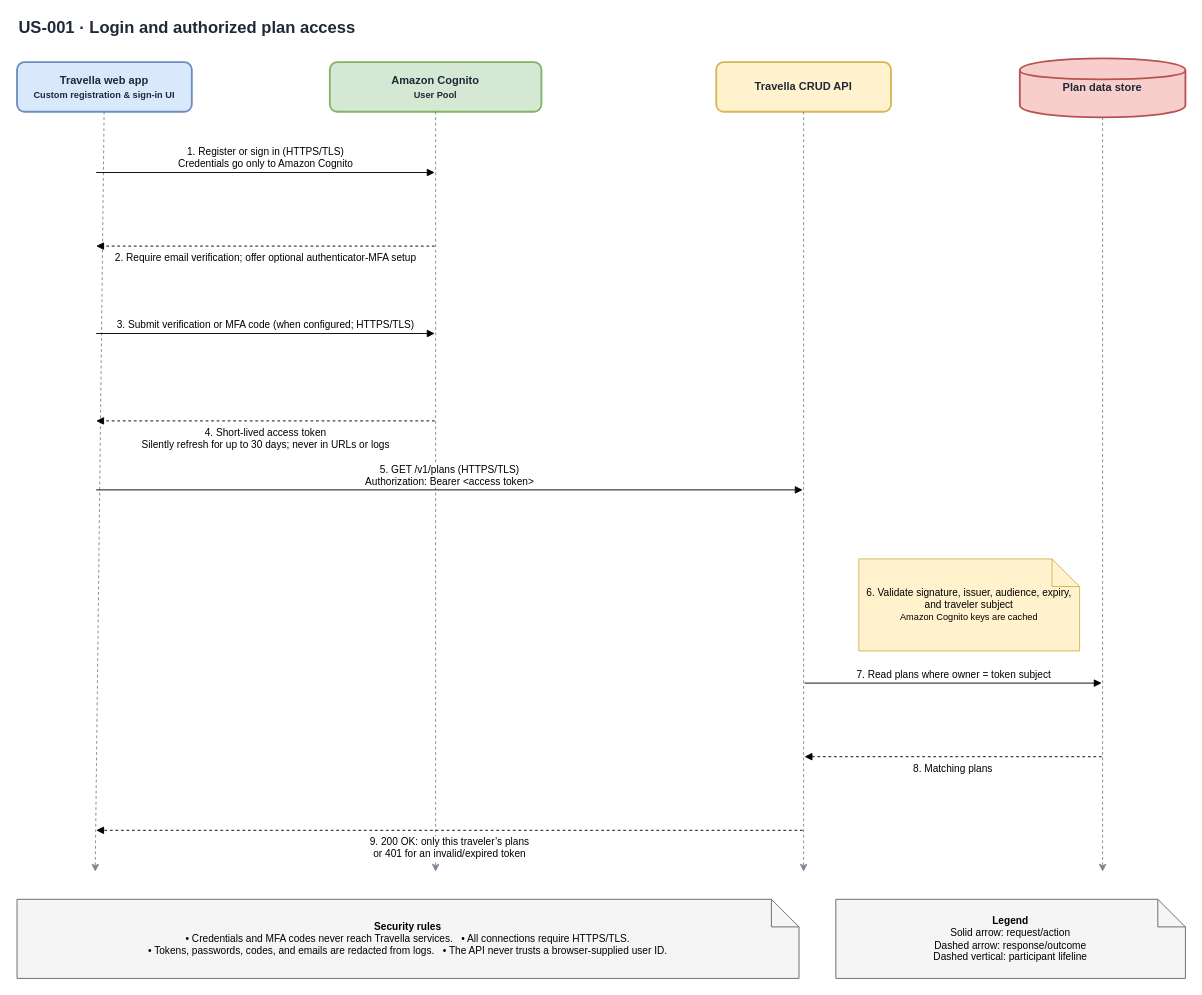
Merthadam/travella keeps this draw.io diagram as docs/user-stories/login/login-api-sequence.drawio. Above is the earlier version. Source tidied: cells renumbered, new cells numbered last; positions are measured from the earlier drawing's top-left corner, leaving out a move shared by most shapes. Both pictures are drawn from the tidied source at 92%, with x=0, y=0 at pixel (17, 16).
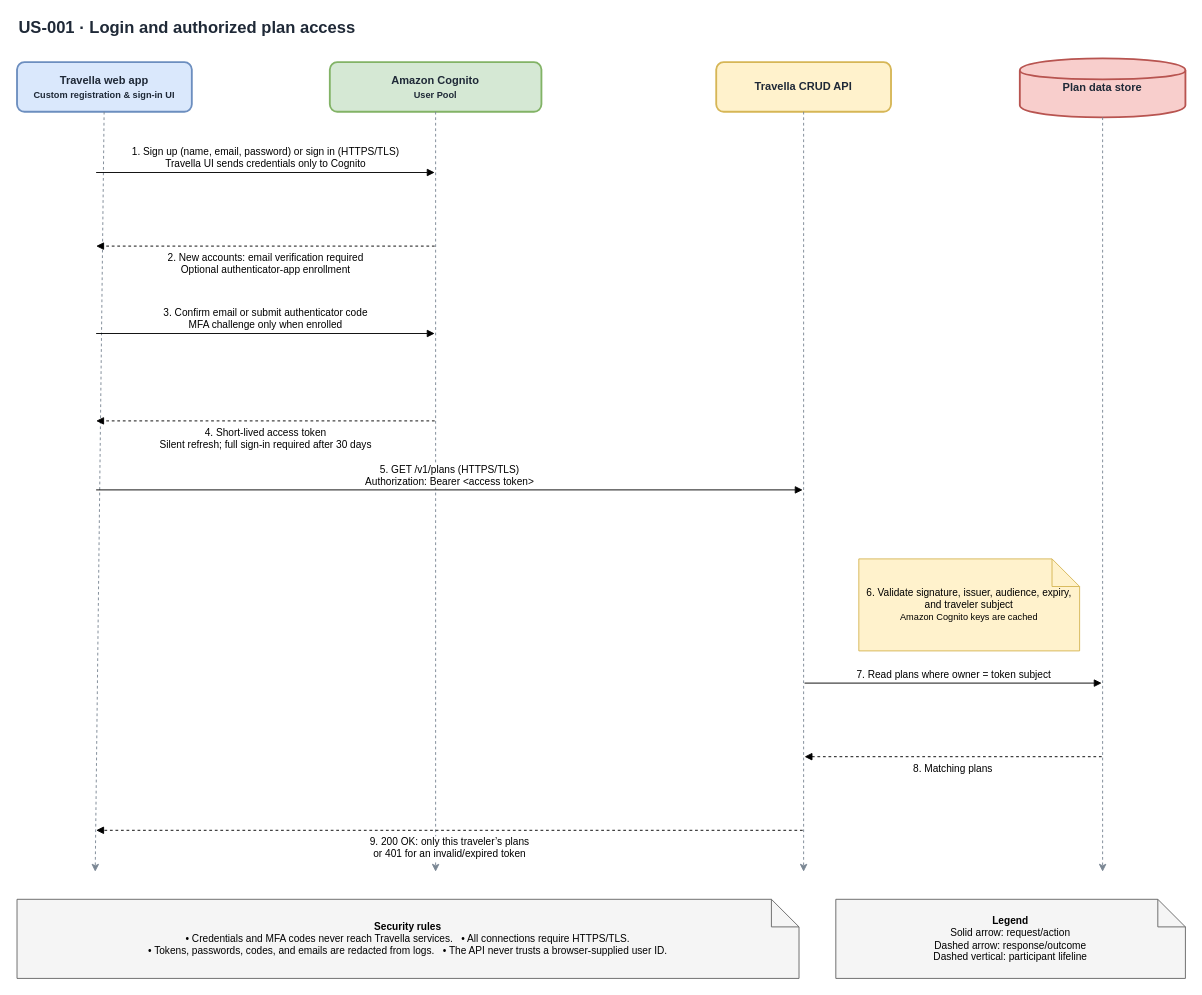
The same page after the edit.

Commit message (it also covers changes not shown here):
Align login diagrams with Cognito design

Unchanged cells that the change refers to:
```xml
<mxCell id="11" style="fillOpacity=0;strokeOpacity=0;opacity=0;" parent="1" vertex="1">
  <mxGeometry x="84" y="169" width="2" height="2" as="geometry" />
</mxCell>
<mxCell id="12" style="fillOpacity=0;strokeOpacity=0;opacity=0;" parent="1" vertex="1">
  <mxGeometry x="454" y="169" width="2" height="2" as="geometry" />
</mxCell>
<mxCell id="13" style="fillOpacity=0;strokeOpacity=0;opacity=0;" parent="1" vertex="1">
  <mxGeometry x="454" y="249" width="2" height="2" as="geometry" />
</mxCell>
<mxCell id="14" style="fillOpacity=0;strokeOpacity=0;opacity=0;" parent="1" vertex="1">
  <mxGeometry x="84" y="249" width="2" height="2" as="geometry" />
</mxCell>
<mxCell id="15" style="fillOpacity=0;strokeOpacity=0;opacity=0;" parent="1" vertex="1">
  <mxGeometry x="84" y="344" width="2" height="2" as="geometry" />
</mxCell>
<mxCell id="16" style="fillOpacity=0;strokeOpacity=0;opacity=0;" parent="1" vertex="1">
  <mxGeometry x="454" y="344" width="2" height="2" as="geometry" />
</mxCell>
<mxCell id="17" style="fillOpacity=0;strokeOpacity=0;opacity=0;" parent="1" vertex="1">
  <mxGeometry x="454" y="439" width="2" height="2" as="geometry" />
</mxCell>
<mxCell id="18" style="fillOpacity=0;strokeOpacity=0;opacity=0;" parent="1" vertex="1">
  <mxGeometry x="84" y="439" width="2" height="2" as="geometry" />
</mxCell>
```

Diff of the diagram source:
```diff
@@
-    <mxCell id="27" value="1. Register or sign in (HTTPS/TLS)&lt;br&gt;Credentials go only to Amazon Cognito" style="endArrow=block;html=1;rounded=0;labelBackgroundColor=#ffffff;fontSize=11;align=center;verticalAlign=bottom;" parent="1" edge="1" source="11" target="12">
+    <mxCell id="27" value="1. Sign up (name, email, password) or sign in (HTTPS/TLS)&lt;br&gt;Travella UI sends credentials only to Cognito" style="endArrow=block;html=1;rounded=0;labelBackgroundColor=#ffffff;fontSize=11;align=center;verticalAlign=bottom;" parent="1" edge="1" source="11" target="12">
       <mxGeometry relative="1" as="geometry" />
     </mxCell>
-    <mxCell id="28" value="2. Require email verification; offer optional authenticator-MFA setup" style="endArrow=block;html=1;rounded=0;dashed=1;labelBackgroundColor=#ffffff;fontSize=11;align=center;verticalAlign=top;" parent="1" edge="1" source="13" target="14">
+    <mxCell id="28" value="2. New accounts: email verification required&lt;br&gt;Optional authenticator-app enrollment" style="endArrow=block;html=1;rounded=0;dashed=1;labelBackgroundColor=#ffffff;fontSize=11;align=center;verticalAlign=top;" parent="1" edge="1" source="13" target="14">
       <mxGeometry relative="1" as="geometry" />
     </mxCell>
-    <mxCell id="29" value="3. Submit verification or MFA code (when configured; HTTPS/TLS)" style="endArrow=block;html=1;rounded=0;labelBackgroundColor=#ffffff;fontSize=11;align=center;verticalAlign=bottom;" parent="1" edge="1" source="15" target="16">
+    <mxCell id="29" value="3. Confirm email or submit authenticator code&lt;br&gt;MFA challenge only when enrolled" style="endArrow=block;html=1;rounded=0;labelBackgroundColor=#ffffff;fontSize=11;align=center;verticalAlign=bottom;" parent="1" edge="1" source="15" target="16">
       <mxGeometry relative="1" as="geometry" />
     </mxCell>
-    <mxCell id="30" value="4. Short-lived access token&lt;br&gt;Silently refresh for up to 30 days; never in URLs or logs" style="endArrow=block;html=1;rounded=0;dashed=1;labelBackgroundColor=#ffffff;fontSize=11;align=center;verticalAlign=top;" parent="1" edge="1" source="17" target="18">
+    <mxCell id="30" value="4. Short-lived access token&lt;br&gt;Silent refresh; full sign-in required after 30 days" style="endArrow=block;html=1;rounded=0;dashed=1;labelBackgroundColor=#ffffff;fontSize=11;align=center;verticalAlign=top;" parent="1" edge="1" source="17" target="18">
       <mxGeometry relative="1" as="geometry" />
     </mxCell>
```
